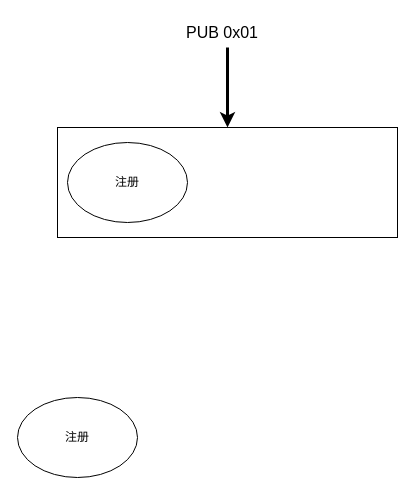
The draw.io diagram WorkSpace/ObjectTrack/track_api.drawio in mailonghua/drawio, before the edit. Source tidied: cells renumbered, new cells numbered last; positions are measured from the earlier drawing's top-left corner, leaving out a move shared by most shapes. Both pictures are drawn from the tidied source at 100%, with x=0, y=0 at pixel (17, 17).
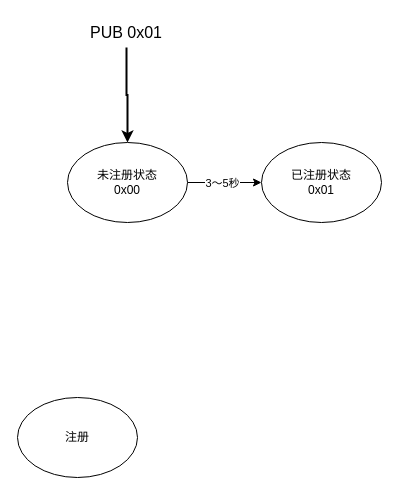
Above is the later version.

Diff of the diagram source:
```diff
@@
 <mxGraphModel>
   <root>
     <mxCell id="0" />
     <mxCell id="1" parent="0" />
-    <mxCell id="2" style="edgeStyle=orthogonalEdgeStyle;rounded=0;jettySize=auto;html=1;exitX=0.5;exitY=0;exitDx=0;exitDy=0;startArrow=classic;startFill=1;endArrow=none;endFill=0;strokeWidth=3;" parent="1" edge="1" source="3">
-      <mxGeometry relative="1" as="geometry">
-        <mxPoint x="210" y="30" as="targetPoint" />
-        <Array as="points">
-          <mxPoint x="210" y="50" />
-          <mxPoint x="210" y="50" />
-        </Array>
-      </mxGeometry>
-    </mxCell>
-    <mxCell id="3" style="rounded=0;whiteSpace=wrap;html=1;" parent="1" vertex="1">
-      <mxGeometry x="40" y="110" width="340" height="110" as="geometry" />
-    </mxCell>
+    <mxCell id="7" style="edgeStyle=orthogonalEdgeStyle;rounded=0;jettySize=auto;html=1;exitX=1;exitY=0.5;exitDx=0;exitDy=0;entryX=0;entryY=0.5;entryDx=0;entryDy=0;" parent="1" edge="1" source="4" target="10">
+      <mxGeometry relative="1" as="geometry" />
+    </mxCell>
+    <mxCell id="8" value="3～5秒" style="edgeLabel;html=1;align=center;verticalAlign=middle;" parent="7" vertex="1">
+      <mxGeometry x="-0.09" relative="1" as="geometry" />
+    </mxCell>
+    <mxCell id="9" style="edgeStyle=orthogonalEdgeStyle;rounded=0;jettySize=auto;html=1;exitX=0.5;exitY=0;exitDx=0;exitDy=0;startArrow=classic;startFill=1;strokeWidth=2;endArrow=none;endFill=0;" parent="1" edge="1" source="4" target="6">
+      <mxGeometry relative="1" as="geometry" />
+    </mxCell>
-    <mxCell id="4" value="注册" style="ellipse;whiteSpace=wrap;html=1;" parent="1" vertex="1">
+    <mxCell id="4" value="未注册状态&lt;br&gt;0x00" style="ellipse;whiteSpace=wrap;html=1;" parent="1" vertex="1">
       <mxGeometry x="50" y="125" width="120" height="80" as="geometry" />
     </mxCell>
     <mxCell id="5" value="注册" style="ellipse;whiteSpace=wrap;html=1;" parent="1" vertex="1">
       <mxGeometry y="380" width="120" height="80" as="geometry" />
     </mxCell>
     <mxCell id="6" value="PUB 0x01" style="text;html=1;whiteSpace=wrap;strokeColor=none;fillColor=none;align=center;verticalAlign=middle;rounded=0;fontSize=16;" parent="1" vertex="1">
-      <mxGeometry x="150" width="110" height="30" as="geometry" />
+      <mxGeometry x="54" width="110" height="30" as="geometry" />
     </mxCell>
+    <mxCell id="10" value="已注册状态&lt;br&gt;0x01" style="ellipse;whiteSpace=wrap;html=1;" parent="1" vertex="1">
+      <mxGeometry x="244" y="125" width="120" height="80" as="geometry" />
+    </mxCell>
   </root>
 </mxGraphModel>
```
